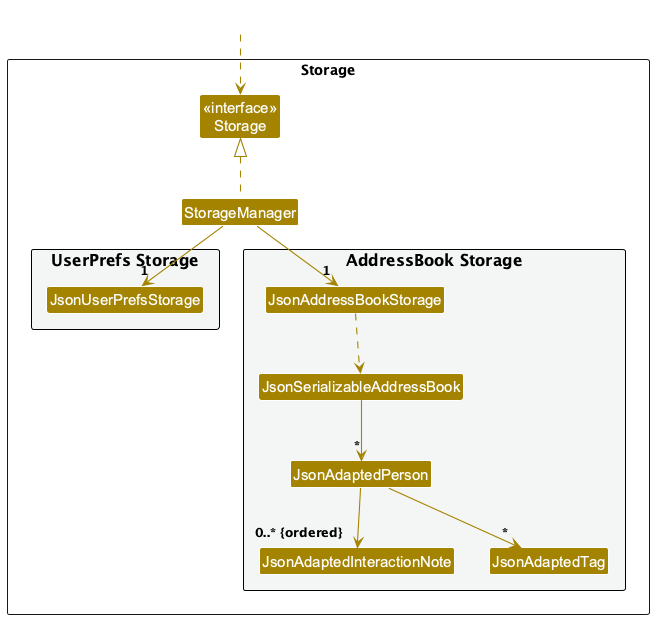
Before: docs/images/StorageClassDiagram.png, a diagram exported from PlantUML (AY2627S1-CS2103T-F08-1/tp). Source of this version:
```plantuml
@startuml
!include style.puml
skinparam arrowThickness 1.1
skinparam arrowColor STORAGE_COLOR
skinparam classBackgroundColor STORAGE_COLOR

package Storage as StoragePackage {

Class "<<interface>>\nStorage" as Storage
Class StorageManager

package "UserPrefs Storage" #F4F6F6{
Class JsonUserPrefsStorage
}

package "AddressBook Storage" #F4F6F6{
Class JsonAddressBookStorage
Class JsonSerializableAddressBook
Class JsonAdaptedPerson
Class JsonAdaptedInteractionNote
Class JsonAdaptedTag
}

}

Class HiddenOutside #FFFFFF
HiddenOutside ..> Storage

StorageManager .up.|> Storage
StorageManager -down-> "1" JsonUserPrefsStorage
StorageManager -down-> "1" JsonAddressBookStorage

JsonAddressBookStorage ..> JsonSerializableAddressBook
JsonSerializableAddressBook --> "*" JsonAdaptedPerson
JsonAdaptedPerson --> "0..* {ordered}" JsonAdaptedInteractionNote
JsonAdaptedPerson --> "*" JsonAdaptedTag

@enduml
```
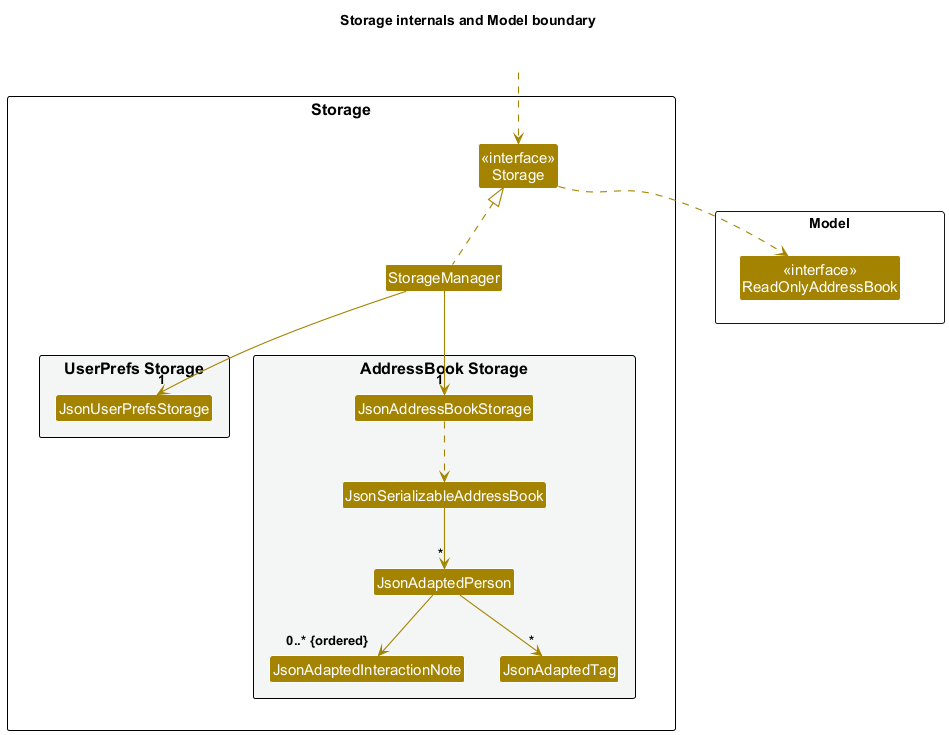
Later version of the same file.

The edit, as a diff of the source:
```diff
@@ -1,5 +1,6 @@
 @startuml
 !include style.puml
+title Storage internals and Model boundary
 skinparam arrowThickness 1.1
 skinparam arrowColor STORAGE_COLOR
 skinparam classBackgroundColor STORAGE_COLOR
@@ -23,6 +24,10 @@
 
 }
 
+package Model as ModelPackage <<Rectangle>> {
+Class "<<interface>>\nReadOnlyAddressBook" as ReadOnlyAddressBook
+}
+
 Class HiddenOutside #FFFFFF
 HiddenOutside ..> Storage
 
@@ -31,8 +36,11 @@
 StorageManager -down-> "1" JsonAddressBookStorage
 
 JsonAddressBookStorage ..> JsonSerializableAddressBook
+Storage ..> ReadOnlyAddressBook
 JsonSerializableAddressBook --> "*" JsonAdaptedPerson
 JsonAdaptedPerson --> "0..* {ordered}" JsonAdaptedInteractionNote
 JsonAdaptedPerson --> "*" JsonAdaptedTag
 
+StoragePackage -right[hidden]-> ModelPackage
+
 @enduml
```
